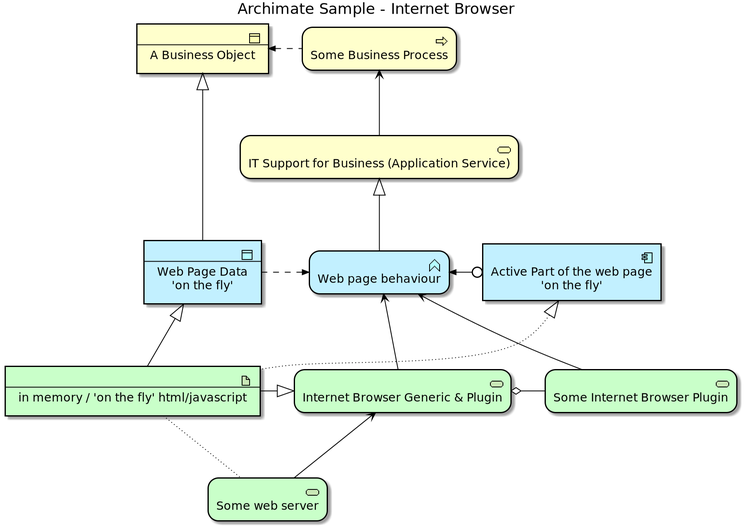
This is images/Archimate Sample - Internet Browser.png from plantuml-stdlib/Archimate-PlantUML, a PlantUML export, as it was before one commit.
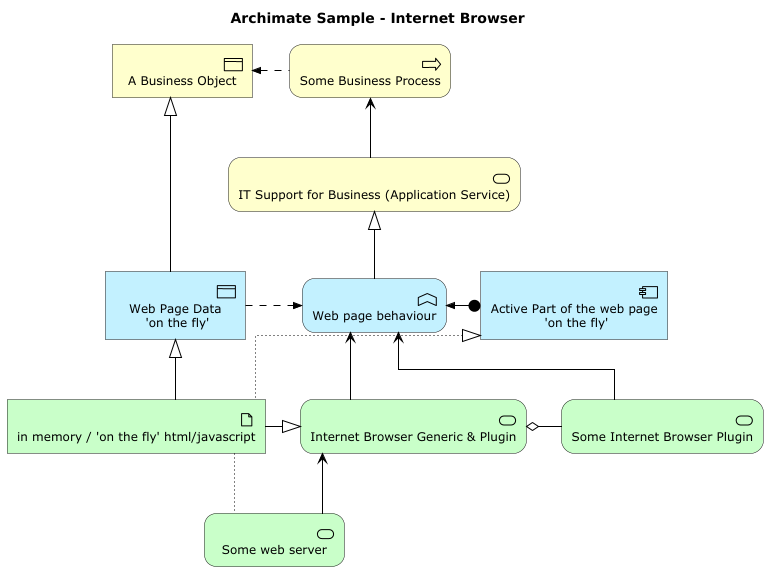
After the commit.

Change to the diagram source:
```diff
@@ -1,138 +1,44 @@
-@startuml
+@startuml Internet Browser Sample
 
+!global $ARCH_LOCAL = true
+!global $ARCH_DEBUG = false
 
-skinparam defaultTextAlignment center
-skinparam wrapWidth 400
-skinparam maxMessageSize 150
-skinparam StereotypeAlignment right
-
-skinparam Arrow {
-    Color #000000
-    FontColor #000000
-    FontSize 12
-}
-skinparam Folder<<grouping>> {
-    Shadowing true
-    StereotypeFontSize 0
-    FontColor #444444
-    BorderColor #444444
-    BorderStyle dashed
-}
-skinparam Folder<<group>> {
-    Shadowing true
-    StereotypeFontSize 0
-    FontColor #444444
-    BackgroundColor lightgrey
-}
-skinparam rectangle<<boundary>> {
-    Shadowing false
-    StereotypeFontSize 0
-    FontColor #444444
-    BorderColor #444444
-    BorderStyle dashed
-}
-skinparam node {
-  StereotypeAlignment right
-}
-skinparam cloud {
-  StereotypeAlignment right
-}
-skinparam frame {
-  StereotypeAlignment right
-}
-skinparam archimate {
-  StereotypeAlignment right
-  RoundCorner<<strategy-capability>> 25
-  RoundCorner<<strategy-course-of-action>> 25
-  RoundCorner<<strategy-value-stream>> 25
-  RoundCorner<<business-process>> 25
-  RoundCorner<<business-event>> 25
-  RoundCorner<<business-function>> 25
-  RoundCorner<<business-interaction>> 25
-  RoundCorner<<business-event>> 25
-  RoundCorner<<business-service>> 25
-  RoundCorner<<application-function>> 25
-  RoundCorner<<application-interaction>> 25
-  RoundCorner<<application-process>> 25
-  RoundCorner<<application-event>> 25
-  RoundCorner<<application-service>> 25
-  RoundCorner<<technology-function>> 25
-  RoundCorner<<technology-process>> 25
-  RoundCorner<<technology-interaction>> 25
-  RoundCorner<<technology-event>> 25
-  RoundCorner<<technology-infra-service>> 25
-  RoundCorner<<implementation-workpackage>> 25
-  RoundCorner<<implementation-event>> 25
-  DiagonalCorner<<motivation-stakeholder>> 12
-  DiagonalCorner<<motivation-driver>> 12
-  DiagonalCorner<<motivation-assessment>> 12
-  DiagonalCorner<<motivation-goal>> 12
-  DiagonalCorner<<motivation-outcome>> 12
-  DiagonalCorner<<motivation-principle>> 12
-  DiagonalCorner<<motivation-requirement>> 12
-  DiagonalCorner<<motivation-constraint>> 12
-}
-skinparam usecase {
-  BorderColor #000000
-}
-
-
-
-
-
-
-
-
-
-
-
-
-
-
-
-
-
-
-
-
-
-
-
-
-
-
-
-
+!if ($ARCH_LOCAL == false)
+    !include <archimate/Archimate>
+!else
+    !$LOCAL_FOLDER = "../dist/plantuml-stdlib/stdlib/archimate"
+    !include $LOCAL_FOLDER/Archimate.puml
+!endif
 
 title Archimate Sample - Internet Browser
 
 
-archimate #BUSINESS "----\n A Business Object" <<business-object>> as businessObject
-archimate #BUSINESS "Some Business Process" <<business-process>> as someBusinessProcess
-archimate #BUSINESS "IT Support for Business (Application Service)" <<business-service>> as itSupportService
+Business_Object(businessObject, "A Business Object")
+Business_Process(someBusinessProcess,"Some Business Process")
+Business_Service(itSupportService, "IT Support for Business (Application Service)")
 
-archimate #APPLICATION "----\n Web Page Data \n 'on the fly'" <<application-data-object>> as dataObject
-archimate #APPLICATION "Web page behaviour" <<application-function>> as webpageBehaviour
-archimate #APPLICATION "Active Part of the web page \n 'on the fly'" <<application-component>> as ActivePartWebPage
+Application_DataObject(dataObject, "Web Page Data \n 'on the fly'")
+Application_Function(webpageBehaviour, "Web page behaviour")
+Application_Component(ActivePartWebPage, "Active Part of the web page \n 'on the fly'")
 
-archimate #TECHNOLOGY "----\n in memory / 'on the fly' html/javascript" <<technology-artifact>> as inMemoryItem
-archimate #TECHNOLOGY "Internet Browser Generic & Plugin" <<technology-infra-service>> as internetBrowser
-archimate #TECHNOLOGY "Some Internet Browser Plugin" <<technology-infra-service>> as internetBrowserPlugin
-archimate #TECHNOLOGY "Some web server" <<technology-infra-service>> as webServer
+Technology_Artifact(inMemoryItem,"in memory / 'on the fly' html/javascript")
+Technology_Service(internetBrowser, "Internet Browser Generic & Plugin")
+Technology_Service(internetBrowserPlugin, "Some Internet Browser Plugin")
+Technology_Service(webServer, "Some web server")
 
-someBusinessProcess .LEFT.>> businessObject : ""
-itSupportService -UP-> someBusinessProcess : ""
-webpageBehaviour -UP-|> itSupportService : ""
-dataObject .RIGHT.>> webpageBehaviour : ""
-dataObject -UP-|> businessObject : ""
-ActivePartWebPage 0-LEFT->> webpageBehaviour : ""
-inMemoryItem -UP-|> dataObject : ""
-inMemoryItem ~UP~|> ActivePartWebPage : ""
-inMemoryItem -RIGHT-|> internetBrowser : ""
-internetBrowser -UP-> webpageBehaviour : ""
-internetBrowserPlugin -UP-> webpageBehaviour : ""
-internetBrowser o-RIGHT- internetBrowserPlugin : ""
-webServer ~UP~ inMemoryItem : ""
-webServer -UP-> internetBrowser : ""
+Rel_Flow_Left(someBusinessProcess, businessObject, "")
+Rel_Serving_Up(itSupportService, someBusinessProcess, "")
+Rel_Specialization_Up(webpageBehaviour, itSupportService, "")
+Rel_Flow_Right(dataObject, webpageBehaviour, "")
+Rel_Specialization_Up(dataObject, businessObject, "")
+Rel_Assignment_Left(ActivePartWebPage, webpageBehaviour, "")
+Rel_Specialization_Up(inMemoryItem, dataObject, "")
+Rel_Realization_Up(inMemoryItem, ActivePartWebPage, "")
+Rel_Specialization_Right(inMemoryItem,internetBrowser, "")
+Rel_Serving_Up(internetBrowser, webpageBehaviour, "")
+Rel_Serving_Up(internetBrowserPlugin, webpageBehaviour, "")
+Rel_Aggregation_Right(internetBrowser, internetBrowserPlugin, "")
+Rel_Access_Up(webServer, inMemoryItem, "")
+Rel_Serving_Up(webServer, internetBrowser, "")
 
 @enduml
```
